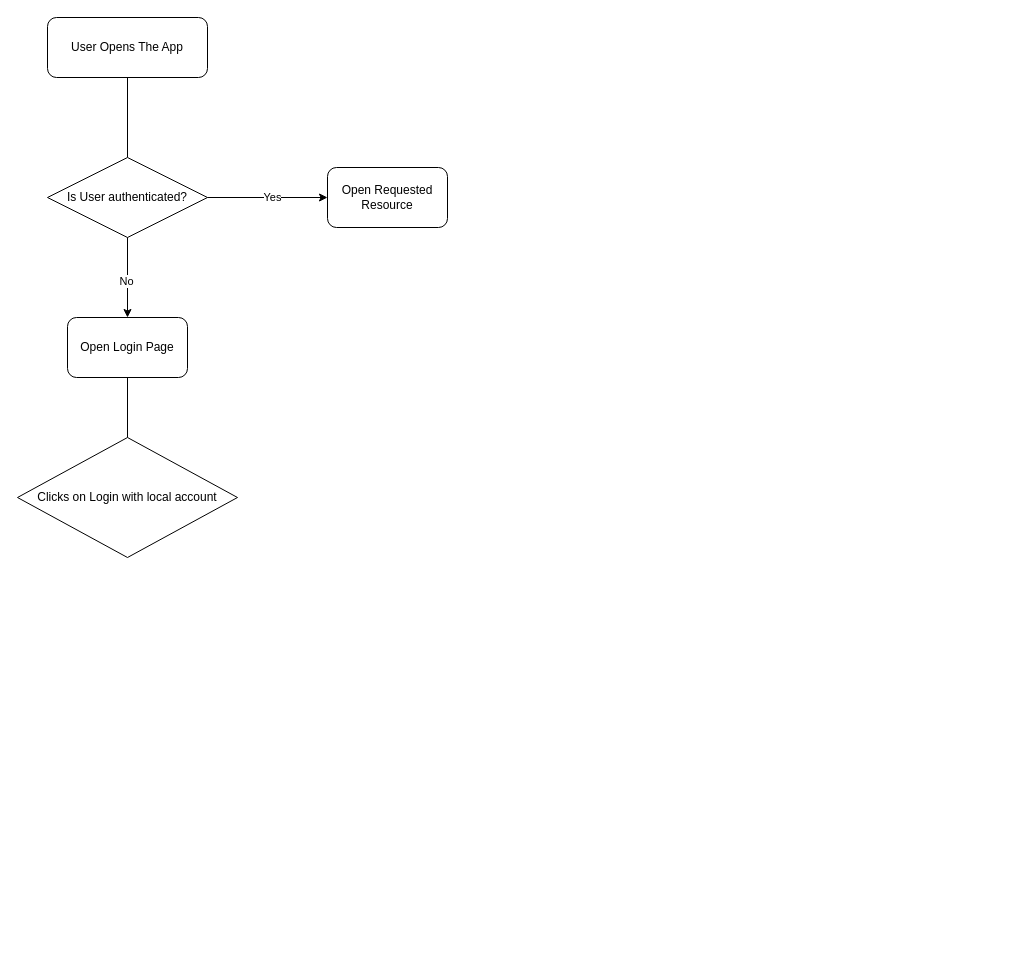
Before: ART_PACKAGE/Untitled Diagram.drawio in DATAGEAR-BI/ART_PACKAGE, a draw.io diagram. Source tidied: cells renumbered, new cells numbered last; positions are measured from the earlier drawing's top-left corner, leaving out a move shared by most shapes. Both pictures are drawn from the tidied source at 100%, with x=0, y=0 at pixel (17, 17).
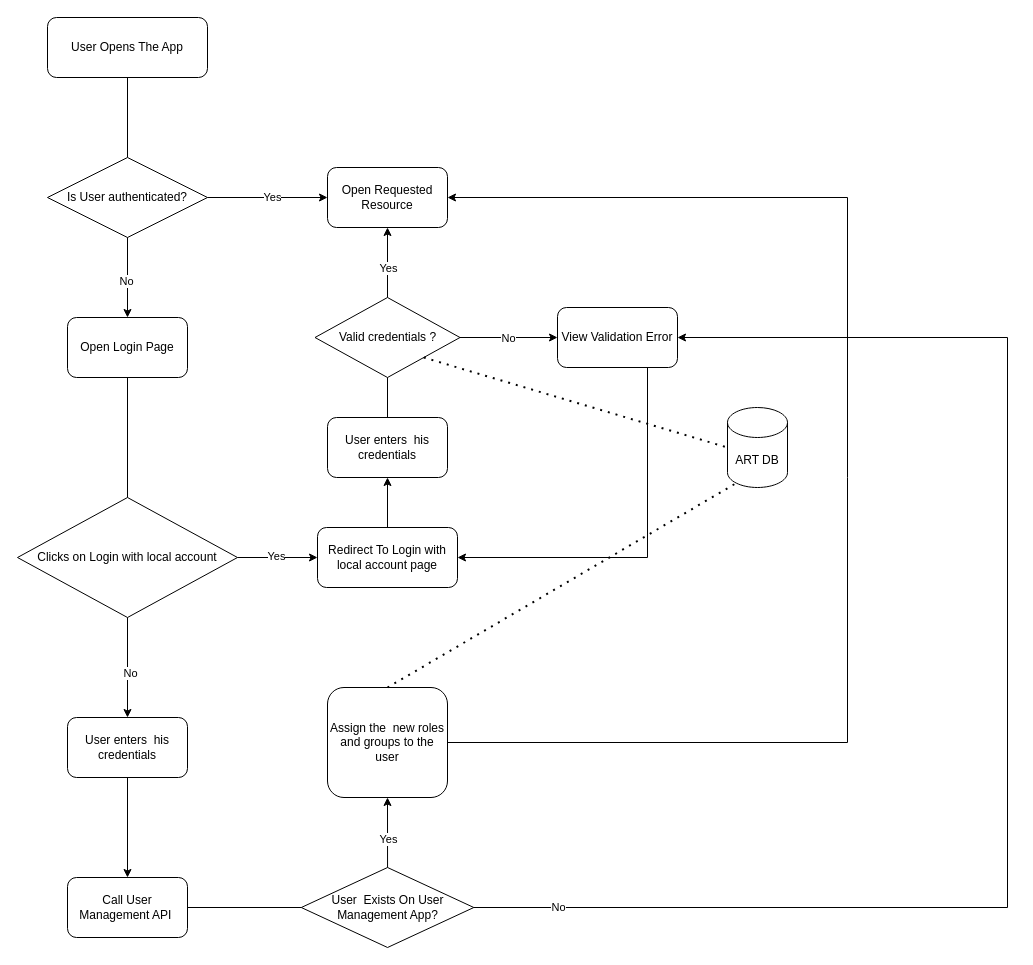
Above is the later version.

The change refers to these unchanged cells:
```xml
<mxCell id="7" value="Open Requested Resource" style="rounded=1;whiteSpace=wrap;html=1;" parent="1" vertex="1">
  <mxGeometry x="310" y="150" width="120" height="60" as="geometry" />
</mxCell>
```

Diff of the diagram source:
```diff
@@
     <mxCell id="11" value="Clicks on Login with local account" style="rhombus;whiteSpace=wrap;html=1;" parent="1" vertex="1">
-      <mxGeometry y="420" width="220" height="120" as="geometry" />
+      <mxGeometry y="480" width="220" height="120" as="geometry" />
     </mxCell>
@@
+    <mxCell id="13" style="endArrow=classic;html=1;rounded=0;exitX=1;exitY=0.5;exitDx=0;exitDy=0;entryX=0;entryY=0.5;entryDx=0;entryDy=0;" parent="1" edge="1" source="11" target="15">
+      <mxGeometry relative="1" as="geometry" />
+    </mxCell>
+    <mxCell id="14" value="Yes" style="edgeLabel;html=1;align=center;verticalAlign=middle;" parent="13" vertex="1">
+      <mxGeometry x="-0.05" y="2" relative="1" as="geometry" />
+    </mxCell>
+    <mxCell id="15" value="Redirect To Login with local account page" style="rounded=1;whiteSpace=wrap;html=1;" parent="1" vertex="1">
+      <mxGeometry x="300" y="510" width="140" height="60" as="geometry" />
+    </mxCell>
+    <mxCell id="16" style="endArrow=classic;html=1;rounded=0;exitX=0.5;exitY=0;exitDx=0;exitDy=0;" parent="1" edge="1" source="15" target="17">
+      <mxGeometry relative="1" as="geometry" />
+    </mxCell>
+    <mxCell id="17" value="User enters&amp;nbsp; his credentials" style="rounded=1;whiteSpace=wrap;html=1;" parent="1" vertex="1">
+      <mxGeometry x="310" y="400" width="120" height="60" as="geometry" />
+    </mxCell>
+    <mxCell id="18" value="View Validation Error" style="rounded=1;whiteSpace=wrap;html=1;" parent="1" vertex="1">
+      <mxGeometry x="540" y="290" width="120" height="60" as="geometry" />
+    </mxCell>
+    <mxCell id="19" value="Valid credentials ?" style="rhombus;whiteSpace=wrap;html=1;" parent="1" vertex="1">
+      <mxGeometry x="297.5" y="280" width="145" height="80" as="geometry" />
+    </mxCell>
+    <mxCell id="20" style="endArrow=none;html=1;rounded=0;entryX=0.5;entryY=1;entryDx=0;entryDy=0;exitX=0.5;exitY=0;exitDx=0;exitDy=0;" parent="1" edge="1" source="17" target="19">
+      <mxGeometry relative="1" as="geometry" />
+    </mxCell>
+    <mxCell id="21" style="endArrow=classic;html=1;rounded=0;entryX=0.5;entryY=1;entryDx=0;entryDy=0;exitX=0.5;exitY=0;exitDx=0;exitDy=0;" parent="1" edge="1" source="19" target="7">
+      <mxGeometry relative="1" as="geometry" />
+    </mxCell>
+    <mxCell id="22" value="Yes" style="edgeLabel;html=1;align=center;verticalAlign=middle;" parent="21" vertex="1">
+      <mxGeometry x="-0.13" relative="1" as="geometry" />
+    </mxCell>
+    <mxCell id="23" style="endArrow=classic;html=1;rounded=0;entryX=0;entryY=0.5;entryDx=0;entryDy=0;exitX=1;exitY=0.5;exitDx=0;exitDy=0;" parent="1" edge="1" source="19" target="18">
+      <mxGeometry relative="1" as="geometry" />
+    </mxCell>
+    <mxCell id="24" value="No" style="edgeLabel;html=1;align=center;verticalAlign=middle;" parent="23" vertex="1">
+      <mxGeometry x="-0.01" relative="1" as="geometry" />
+    </mxCell>
+    <mxCell id="25" value="ART DB" style="shape=cylinder3;whiteSpace=wrap;html=1;boundedLbl=1;backgroundOutline=1;size=15;" parent="1" vertex="1">
+      <mxGeometry x="710" y="390" width="60" height="80" as="geometry" />
+    </mxCell>
+    <mxCell id="26" style="endArrow=none;dashed=1;html=1;dashPattern=1 3;strokeWidth=2;rounded=0;entryX=0;entryY=0.5;entryDx=0;entryDy=0;entryPerimeter=0;exitX=1;exitY=1;exitDx=0;exitDy=0;" parent="1" edge="1" source="19" target="25">
+      <mxGeometry relative="1" as="geometry" />
+    </mxCell>
+    <mxCell id="27" style="endArrow=classic;html=1;rounded=0;exitX=0.5;exitY=1;exitDx=0;exitDy=0;" parent="1" edge="1">
+      <mxGeometry relative="1" as="geometry">
+        <mxPoint x="630" y="350" as="sourcePoint" />
+        <mxPoint x="440" y="540" as="targetPoint" />
+        <Array as="points">
+          <mxPoint x="630" y="540" />
+        </Array>
+      </mxGeometry>
+    </mxCell>
+    <mxCell id="28" style="endArrow=classic;html=1;rounded=0;exitX=0.5;exitY=1;exitDx=0;exitDy=0;" parent="1" edge="1" source="11">
+      <mxGeometry relative="1" as="geometry">
+        <mxPoint x="110" y="700" as="targetPoint" />
+      </mxGeometry>
+    </mxCell>
+    <mxCell id="29" value="No" style="edgeLabel;html=1;align=center;verticalAlign=middle;" parent="28" vertex="1">
+      <mxGeometry x="0.1" y="2" relative="1" as="geometry" />
+    </mxCell>
+    <mxCell id="30" value="User enters&amp;nbsp; his credentials" style="rounded=1;whiteSpace=wrap;html=1;" parent="1" vertex="1">
+      <mxGeometry x="50" y="700" width="120" height="60" as="geometry" />
+    </mxCell>
+    <mxCell id="31" style="endArrow=classic;html=1;rounded=0;exitX=0.5;exitY=1;exitDx=0;exitDy=0;" parent="1" edge="1" source="30">
+      <mxGeometry relative="1" as="geometry">
+        <mxPoint x="110" y="860" as="targetPoint" />
+      </mxGeometry>
+    </mxCell>
+    <mxCell id="32" value="Call User Management API&amp;nbsp;" style="rounded=1;whiteSpace=wrap;html=1;" parent="1" vertex="1">
+      <mxGeometry x="50" y="860" width="120" height="60" as="geometry" />
+    </mxCell>
+    <mxCell id="33" value="User&amp;nbsp; Exists On User Management App?" style="rhombus;whiteSpace=wrap;html=1;" parent="1" vertex="1">
+      <mxGeometry x="283.8" y="850" width="172.5" height="80" as="geometry" />
+    </mxCell>
+    <mxCell id="34" style="endArrow=classic;html=1;rounded=0;exitX=0.5;exitY=0;exitDx=0;exitDy=0;" parent="1" edge="1" source="33">
+      <mxGeometry relative="1" as="geometry">
+        <mxPoint x="370" y="780" as="targetPoint" />
+      </mxGeometry>
+    </mxCell>
+    <mxCell id="35" value="Yes" style="edgeLabel;html=1;align=center;verticalAlign=middle;" parent="34" vertex="1">
+      <mxGeometry x="-0.16" relative="1" as="geometry" />
+    </mxCell>
+    <mxCell id="36" style="endArrow=none;html=1;rounded=0;entryX=0;entryY=0.5;entryDx=0;entryDy=0;exitX=1;exitY=0.5;exitDx=0;exitDy=0;" parent="1" edge="1" source="32" target="33">
+      <mxGeometry relative="1" as="geometry" />
+    </mxCell>
+    <mxCell id="37" value="Assign the&amp;nbsp; new roles and groups to the user" style="rounded=1;whiteSpace=wrap;html=1;" parent="1" vertex="1">
+      <mxGeometry x="310" y="670" width="120" height="110" as="geometry" />
+    </mxCell>
+    <mxCell id="38" style="endArrow=none;dashed=1;html=1;dashPattern=1 3;strokeWidth=2;rounded=0;entryX=0.145;entryY=1;entryDx=0;entryDy=-4.35;entryPerimeter=0;exitX=0.5;exitY=0;exitDx=0;exitDy=0;" parent="1" edge="1" source="37" target="25">
+      <mxGeometry relative="1" as="geometry" />
+    </mxCell>
+    <mxCell id="39" style="endArrow=classic;html=1;rounded=0;exitX=1;exitY=0.5;exitDx=0;exitDy=0;entryX=1;entryY=0.5;entryDx=0;entryDy=0;" parent="1" edge="1" source="37" target="7">
+      <mxGeometry relative="1" as="geometry">
+        <Array as="points">
+          <mxPoint x="830" y="725" />
+          <mxPoint x="830" y="460" />
+          <mxPoint x="830" y="180" />
+        </Array>
+      </mxGeometry>
+    </mxCell>
+    <mxCell id="40" style="endArrow=classic;html=1;rounded=0;exitX=1;exitY=0.5;exitDx=0;exitDy=0;entryX=1;entryY=0.5;entryDx=0;entryDy=0;" parent="1" edge="1" source="33" target="18">
+      <mxGeometry relative="1" as="geometry">
+        <Array as="points">
+          <mxPoint x="990" y="890" />
+          <mxPoint x="990" y="320" />
+        </Array>
+      </mxGeometry>
+    </mxCell>
+    <mxCell id="41" value="No" style="edgeLabel;html=1;align=center;verticalAlign=middle;" parent="40" vertex="1">
+      <mxGeometry x="-0.04" y="1" relative="1" as="geometry">
+        <mxPoint x="-449" y="154" as="offset" />
+      </mxGeometry>
+    </mxCell>
```
